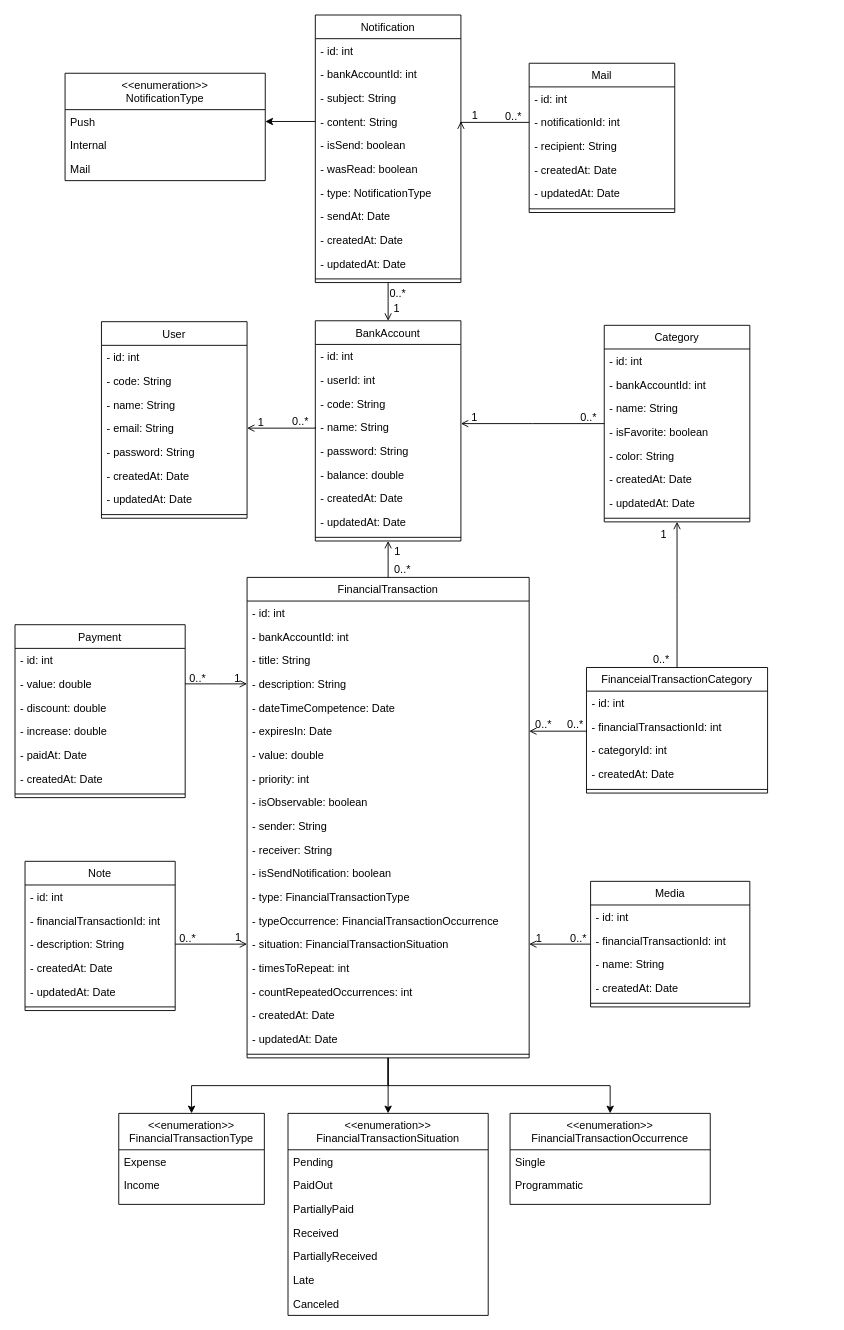
The draw.io diagram docs/class.diagram.drawio in Danrley-Ruan-Saquetti/esliph-finance, before the edit. Source tidied: cells renumbered, new cells numbered last; positions are measured from the earlier drawing's top-left corner, leaving out a move shared by most shapes. Both pictures are drawn from the tidied source at 91%, with x=0, y=0 at pixel (15, 15).
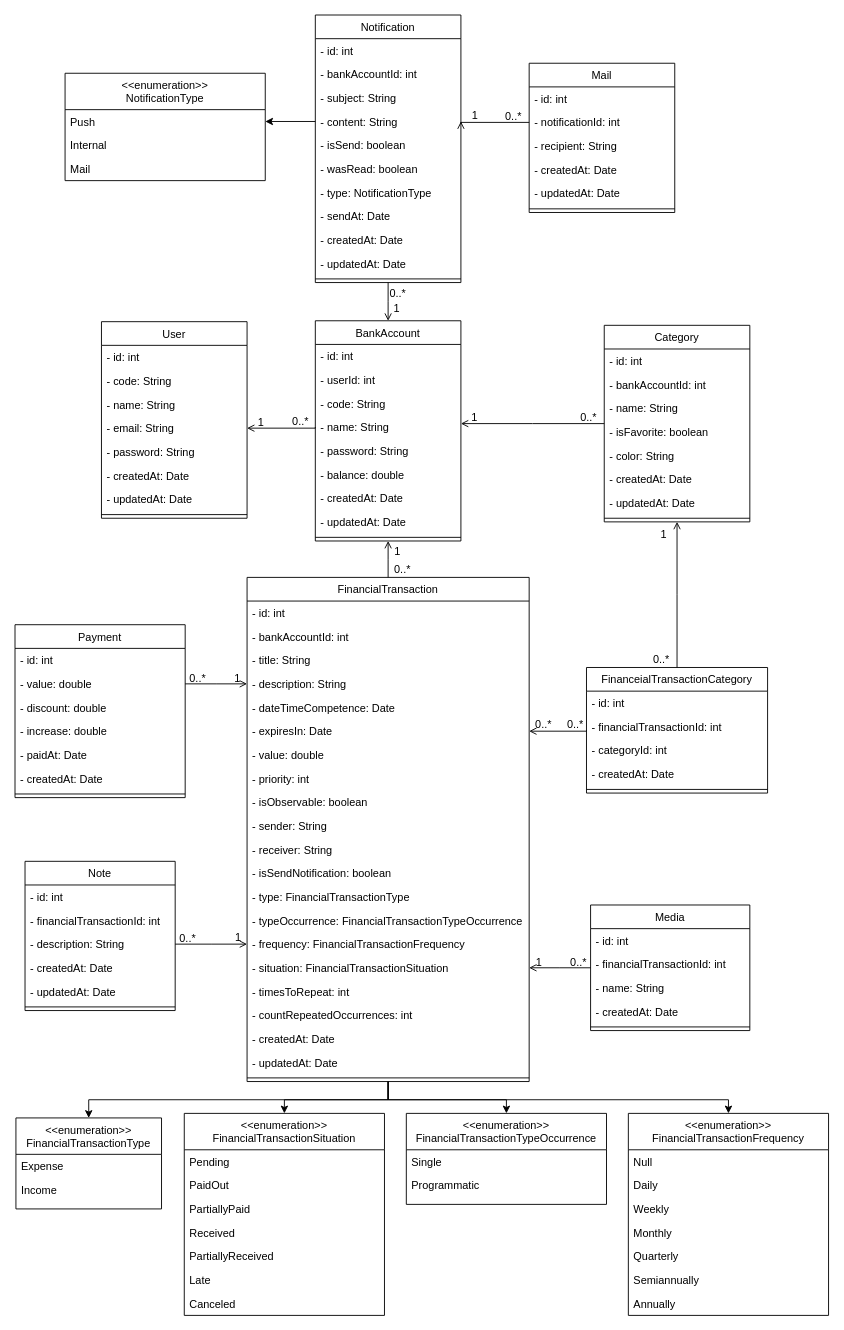
The same page after the edit.

Commit message:
new enum frequency transaction

Unchanged cells that the change refers to:
```xml
<mxCell id="100" value="- description: String" style="text;align=left;verticalAlign=top;spacingLeft=4;spacingRight=4;overflow=hidden;points=[[0,0.5],[1,0.5]];portConstraint=eastwest;" parent="97" vertex="1">
  <mxGeometry y="78" width="165" height="26" as="geometry" />
</mxCell>
```

What changed in the source:
```diff
@@
-    <mxCell id="26" style="edgeStyle=orthogonalEdgeStyle;rounded=0;jettySize=auto;html=1;" parent="1" edge="1" source="27" target="48">
+    <mxCell id="26" style="edgeStyle=orthogonalEdgeStyle;rounded=0;jettySize=auto;html=1;exitX=0.5;exitY=1;exitDx=0;exitDy=0;" parent="1" edge="1" source="27" target="48">
       <mxGeometry relative="1" as="geometry" />
     </mxCell>
     <mxCell id="27" value="FinancialTransaction" style="swimlane;fontStyle=0;align=center;verticalAlign=top;horizontal=1;startSize=26;rounded=0;shadow=0;strokeWidth=1;" parent="1" vertex="1">
-      <mxGeometry x="255" y="618" width="310" height="528" as="geometry" />
+      <mxGeometry x="255" y="618" width="310" height="554" as="geometry" />
     </mxCell>
@@
-    <mxCell id="41" value="- typeOccurrence: FinancialTransactionOccurrence" style="text;align=left;verticalAlign=top;spacingLeft=4;spacingRight=4;overflow=hidden;" parent="27" vertex="1">
+    <mxCell id="41" value="- typeOccurrence: FinancialTransactionTypeOccurrence" style="text;align=left;verticalAlign=top;spacingLeft=4;spacingRight=4;overflow=hidden;" parent="27" vertex="1">
       <mxGeometry y="364" width="310" height="26" as="geometry" />
     </mxCell>
+    <mxCell id="149" value="- frequency: FinancialTransactionFrequency" style="text;align=left;verticalAlign=top;spacingLeft=4;spacingRight=4;overflow=hidden;points=[[0,0.5],[1,0.5]];portConstraint=eastwest;" parent="27" vertex="1">
+      <mxGeometry y="390" width="310" height="26" as="geometry" />
+    </mxCell>
     <mxCell id="42" value="- situation: FinancialTransactionSituation" style="text;align=left;verticalAlign=top;spacingLeft=4;spacingRight=4;overflow=hidden;points=[[0,0.5],[1,0.5]];portConstraint=eastwest;" parent="27" vertex="1">
-      <mxGeometry y="390" width="310" height="26" as="geometry" />
+      <mxGeometry y="416" width="310" height="26" as="geometry" />
     </mxCell>
     <mxCell id="43" value="- timesToRepeat: int" style="text;align=left;verticalAlign=top;spacingLeft=4;spacingRight=4;overflow=hidden;rounded=0;shadow=0;html=0;" parent="27" vertex="1">
-      <mxGeometry y="416" width="310" height="26" as="geometry" />
+      <mxGeometry y="442" width="310" height="26" as="geometry" />
     </mxCell>
     <mxCell id="44" value="- countRepeatedOccurrences: int" style="text;align=left;verticalAlign=top;spacingLeft=4;spacingRight=4;overflow=hidden;rounded=0;shadow=0;html=0;" parent="27" vertex="1">
-      <mxGeometry y="442" width="310" height="26" as="geometry" />
+      <mxGeometry y="468" width="310" height="26" as="geometry" />
     </mxCell>
     <mxCell id="45" value="- createdAt: Date" style="text;align=left;verticalAlign=top;spacingLeft=4;spacingRight=4;overflow=hidden;rounded=0;shadow=0;html=0;" parent="27" vertex="1">
-      <mxGeometry y="468" width="310" height="26" as="geometry" />
+      <mxGeometry y="494" width="310" height="26" as="geometry" />
     </mxCell>
     <mxCell id="46" value="- updatedAt: Date" style="text;align=left;verticalAlign=top;spacingLeft=4;spacingRight=4;overflow=hidden;rounded=0;shadow=0;html=0;" parent="27" vertex="1">
-      <mxGeometry y="494" width="310" height="26" as="geometry" />
+      <mxGeometry y="520" width="310" height="26" as="geometry" />
     </mxCell>
     <mxCell id="47" style="line;html=1;strokeWidth=1;align=left;verticalAlign=middle;spacingTop=-1;spacingLeft=3;spacingRight=3;labelPosition=right;" parent="27" vertex="1">
-      <mxGeometry y="520" width="310" height="8" as="geometry" />
+      <mxGeometry y="546" width="310" height="8" as="geometry" />
     </mxCell>
     <mxCell id="48" value="&lt;&lt;enumeration&gt;&gt;&#10;FinancialTransactionType" style="swimlane;fontStyle=0;align=center;verticalAlign=top;horizontal=1;startSize=40;rounded=0;shadow=0;strokeWidth=1;" parent="1" vertex="1">
-      <mxGeometry x="114" y="1207" width="160" height="100" as="geometry" />
+      <mxGeometry x="1" y="1212" width="160" height="100" as="geometry" />
     </mxCell>
@@
-    <mxCell id="51" value="&lt;&lt;enumeration&gt;&gt;&#10;FinancialTransactionOccurrence" style="swimlane;fontStyle=0;align=center;verticalAlign=top;horizontal=1;startSize=40;rounded=0;shadow=0;strokeWidth=1;" parent="1" vertex="1">
-      <mxGeometry x="544" y="1207" width="220" height="100" as="geometry" />
+    <mxCell id="51" value="&lt;&lt;enumeration&gt;&gt;&#10;FinancialTransactionTypeOccurrence" style="swimlane;fontStyle=0;align=center;verticalAlign=top;horizontal=1;startSize=40;rounded=0;shadow=0;strokeWidth=1;" parent="1" vertex="1">
+      <mxGeometry x="430" y="1207" width="220" height="100" as="geometry" />
     </mxCell>
@@
     <mxCell id="54" value="&lt;&lt;enumeration&gt;&gt;&#10;FinancialTransactionSituation" style="swimlane;fontStyle=0;align=center;verticalAlign=top;horizontal=1;startSize=40;rounded=0;shadow=0;strokeWidth=1;" parent="1" vertex="1">
-      <mxGeometry x="300" y="1207" width="220" height="222" as="geometry" />
+      <mxGeometry x="186" y="1207" width="220" height="222" as="geometry" />
     </mxCell>
@@
     <mxCell id="77" value="Media" style="swimlane;fontStyle=0;align=center;verticalAlign=top;horizontal=1;startSize=26;rounded=0;shadow=0;strokeWidth=1;" parent="1" vertex="1">
-      <mxGeometry x="632.5" y="952" width="175" height="138" as="geometry" />
+      <mxGeometry x="632.5" y="978" width="175" height="138" as="geometry" />
     </mxCell>
@@
-    <mxCell id="104" style="endArrow=open;shadow=0;strokeWidth=1;rounded=0;endFill=1;edgeStyle=elbowEdgeStyle;elbow=vertical;exitX=1;exitY=0.5;exitDx=0;exitDy=0;entryX=0;entryY=0.5;entryDx=0;entryDy=0;" parent="1" edge="1" source="100" target="42">
+    <mxCell id="104" style="endArrow=open;shadow=0;strokeWidth=1;rounded=0;endFill=1;edgeStyle=elbowEdgeStyle;elbow=vertical;exitX=1;exitY=0.5;exitDx=0;exitDy=0;entryX=0;entryY=0.5;entryDx=0;entryDy=0;" parent="1" edge="1" source="100" target="149">
       <mxGeometry x="0.5" y="41" relative="1" as="geometry">
         <mxPoint x="-40" y="32" as="offset" />
       </mxGeometry>
     </mxCell>
@@
+    <mxCell id="150" value="&lt;&lt;enumeration&gt;&gt;&#10;FinancialTransactionFrequency" style="swimlane;fontStyle=0;align=center;verticalAlign=top;horizontal=1;startSize=40;rounded=0;shadow=0;strokeWidth=1;" parent="1" vertex="1">
+      <mxGeometry x="674" y="1207" width="220" height="222" as="geometry" />
+    </mxCell>
+    <mxCell id="151" value="Null" style="text;align=left;verticalAlign=top;spacingLeft=4;spacingRight=4;overflow=hidden;" parent="150" vertex="1">
+      <mxGeometry y="40" width="220" height="26" as="geometry" />
+    </mxCell>
+    <mxCell id="152" value="Daily" style="text;align=left;verticalAlign=top;spacingLeft=4;spacingRight=4;overflow=hidden;" parent="150" vertex="1">
+      <mxGeometry y="66" width="220" height="26" as="geometry" />
+    </mxCell>
+    <mxCell id="153" value="Weekly" style="text;align=left;verticalAlign=top;spacingLeft=4;spacingRight=4;overflow=hidden;" parent="150" vertex="1">
+      <mxGeometry y="92" width="220" height="26" as="geometry" />
+    </mxCell>
+    <mxCell id="154" value="Monthly" style="text;align=left;verticalAlign=top;spacingLeft=4;spacingRight=4;overflow=hidden;" parent="150" vertex="1">
+      <mxGeometry y="118" width="220" height="26" as="geometry" />
+    </mxCell>
+    <mxCell id="155" value="Quarterly" style="text;align=left;verticalAlign=top;spacingLeft=4;spacingRight=4;overflow=hidden;" parent="150" vertex="1">
+      <mxGeometry y="144" width="220" height="26" as="geometry" />
+    </mxCell>
+    <mxCell id="156" value="Semiannually" style="text;align=left;verticalAlign=top;spacingLeft=4;spacingRight=4;overflow=hidden;" parent="150" vertex="1">
+      <mxGeometry y="170" width="220" height="26" as="geometry" />
+    </mxCell>
+    <mxCell id="157" value="Annually" style="text;align=left;verticalAlign=top;spacingLeft=4;spacingRight=4;overflow=hidden;" parent="150" vertex="1">
+      <mxGeometry y="196" width="220" height="26" as="geometry" />
+    </mxCell>
+    <mxCell id="158" style="edgeStyle=orthogonalEdgeStyle;rounded=0;jettySize=auto;html=1;entryX=0.5;entryY=0;entryDx=0;entryDy=0;exitX=0.5;exitY=1;exitDx=0;exitDy=0;" parent="1" edge="1" source="27" target="150">
+      <mxGeometry relative="1" as="geometry">
+        <Array as="points">
+          <mxPoint x="410" y="1192" />
+          <mxPoint x="784" y="1192" />
+        </Array>
+      </mxGeometry>
+    </mxCell>
```
